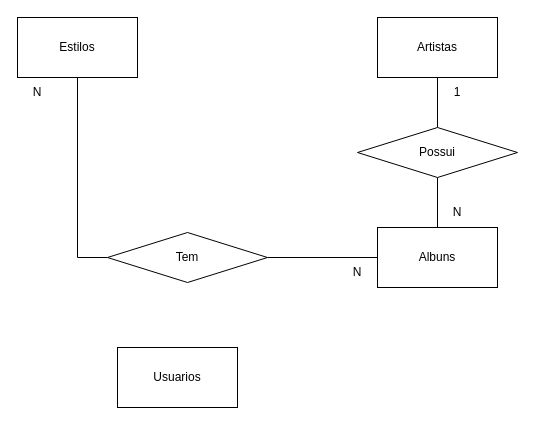
Before: page "conceitual" (1 of 2) of exercicios/1.4.exercicios-optus/optus.drawio in senai-dev-1s2020/sprint1-banco-de-dados, a draw.io diagram. Source tidied: cells renumbered, new cells numbered last; positions are measured from the earlier drawing's top-left corner, leaving out a move shared by most shapes. Both pictures are drawn from the tidied source at 100%, with x=0, y=0 at pixel (17, 17).
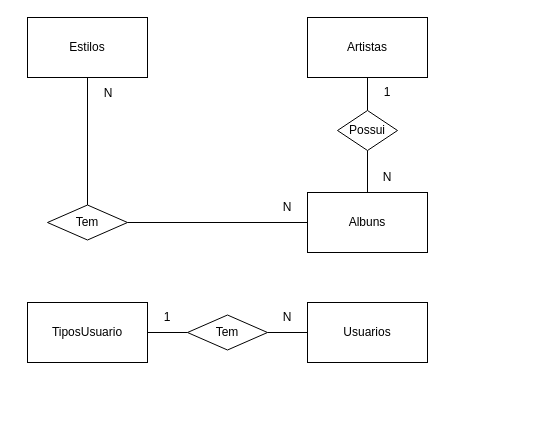
The same page after the edit.

The edit, as a diff of the source:
```diff
@@
-    <mxCell id="2" style="edgeStyle=orthogonalEdgeStyle;rounded=0;jettySize=auto;html=1;entryX=0;entryY=0.5;entryDx=0;entryDy=0;endArrow=none;endFill=0;" parent="1" edge="1" source="3" target="9">
+    <mxCell id="2" style="edgeStyle=orthogonalEdgeStyle;rounded=0;jettySize=auto;html=1;endArrow=none;endFill=0;" parent="1" edge="1" source="3" target="9">
       <mxGeometry relative="1" as="geometry" />
     </mxCell>
     <mxCell id="3" value="Estilos" style="rounded=0;whiteSpace=wrap;html=1;" parent="1" vertex="1">
-      <mxGeometry width="120" height="60" as="geometry" />
+      <mxGeometry x="10" width="120" height="60" as="geometry" />
     </mxCell>
@@
     <mxCell id="5" value="Artistas" style="rounded=0;whiteSpace=wrap;html=1;" parent="1" vertex="1">
-      <mxGeometry x="360" width="120" height="60" as="geometry" />
+      <mxGeometry x="290" width="120" height="60" as="geometry" />
     </mxCell>
     <mxCell id="6" value="Albuns" style="rounded=0;whiteSpace=wrap;html=1;" parent="1" vertex="1">
-      <mxGeometry x="360" y="210" width="120" height="60" as="geometry" />
+      <mxGeometry x="290" y="175" width="120" height="60" as="geometry" />
     </mxCell>
+    <mxCell id="16" style="edgeStyle=orthogonalEdgeStyle;rounded=0;jettySize=auto;html=1;endArrow=none;endFill=0;" parent="1" edge="1" source="7" target="19">
+      <mxGeometry relative="1" as="geometry" />
+    </mxCell>
-    <mxCell id="7" value="Usuarios" style="rounded=0;whiteSpace=wrap;html=1;" parent="1" vertex="1">
-      <mxGeometry x="100" y="330" width="120" height="60" as="geometry" />
+    <mxCell id="7" value="TiposUsuario" style="rounded=0;whiteSpace=wrap;html=1;" parent="1" vertex="1">
+      <mxGeometry x="10" y="285" width="120" height="60" as="geometry" />
     </mxCell>
-    <mxCell id="8" style="edgeStyle=orthogonalEdgeStyle;rounded=0;jettySize=auto;html=1;entryX=0;entryY=0.5;entryDx=0;entryDy=0;endArrow=none;endFill=0;" parent="1" edge="1" source="9" target="6">
+    <mxCell id="8" style="edgeStyle=orthogonalEdgeStyle;rounded=0;jettySize=auto;html=1;endArrow=none;endFill=0;" parent="1" edge="1" source="9" target="6">
       <mxGeometry relative="1" as="geometry" />
     </mxCell>
     <mxCell id="9" value="Tem" style="rhombus;whiteSpace=wrap;html=1;" parent="1" vertex="1">
-      <mxGeometry x="90" y="215" width="160" height="50" as="geometry" />
+      <mxGeometry x="30" y="187.5" width="80" height="35" as="geometry" />
     </mxCell>
@@
     <mxCell id="11" value="Possui" style="rhombus;whiteSpace=wrap;html=1;" parent="1" vertex="1">
-      <mxGeometry x="340" y="110" width="160" height="50" as="geometry" />
+      <mxGeometry x="320" y="93" width="60" height="40" as="geometry" />
     </mxCell>
     <mxCell id="12" value="N" style="text;html=1;strokeColor=none;fillColor=none;align=center;verticalAlign=middle;whiteSpace=wrap;rounded=0;" parent="1" vertex="1">
-      <mxGeometry y="60" width="40" height="30" as="geometry" />
+      <mxGeometry x="71" y="61" width="40" height="30" as="geometry" />
     </mxCell>
     <mxCell id="13" value="N" style="text;html=1;strokeColor=none;fillColor=none;align=center;verticalAlign=middle;whiteSpace=wrap;rounded=0;" parent="1" vertex="1">
-      <mxGeometry x="320" y="240" width="40" height="30" as="geometry" />
+      <mxGeometry x="250" y="175" width="40" height="30" as="geometry" />
     </mxCell>
     <mxCell id="14" value="1" style="text;html=1;strokeColor=none;fillColor=none;align=center;verticalAlign=middle;whiteSpace=wrap;rounded=0;" parent="1" vertex="1">
-      <mxGeometry x="420" y="60" width="40" height="30" as="geometry" />
+      <mxGeometry x="350" y="60" width="40" height="30" as="geometry" />
     </mxCell>
     <mxCell id="15" value="N" style="text;html=1;strokeColor=none;fillColor=none;align=center;verticalAlign=middle;whiteSpace=wrap;rounded=0;" parent="1" vertex="1">
-      <mxGeometry x="420" y="180" width="40" height="30" as="geometry" />
+      <mxGeometry x="350" y="145" width="40" height="30" as="geometry" />
     </mxCell>
+    <mxCell id="17" value="Usuarios" style="rounded=0;whiteSpace=wrap;html=1;" parent="1" vertex="1">
+      <mxGeometry x="290" y="285" width="120" height="60" as="geometry" />
+    </mxCell>
+    <mxCell id="18" style="edgeStyle=orthogonalEdgeStyle;rounded=0;jettySize=auto;html=1;endArrow=none;endFill=0;" parent="1" edge="1" source="19" target="17">
+      <mxGeometry relative="1" as="geometry" />
+    </mxCell>
+    <mxCell id="19" value="Tem" style="rhombus;whiteSpace=wrap;html=1;" parent="1" vertex="1">
+      <mxGeometry x="170" y="297.5" width="80" height="35" as="geometry" />
+    </mxCell>
+    <mxCell id="20" value="1" style="text;html=1;strokeColor=none;fillColor=none;align=center;verticalAlign=middle;whiteSpace=wrap;rounded=0;" parent="1" vertex="1">
+      <mxGeometry x="130" y="285" width="40" height="30" as="geometry" />
+    </mxCell>
+    <mxCell id="21" value="N" style="text;html=1;strokeColor=none;fillColor=none;align=center;verticalAlign=middle;whiteSpace=wrap;rounded=0;" parent="1" vertex="1">
+      <mxGeometry x="250" y="285" width="40" height="30" as="geometry" />
+    </mxCell>
```
